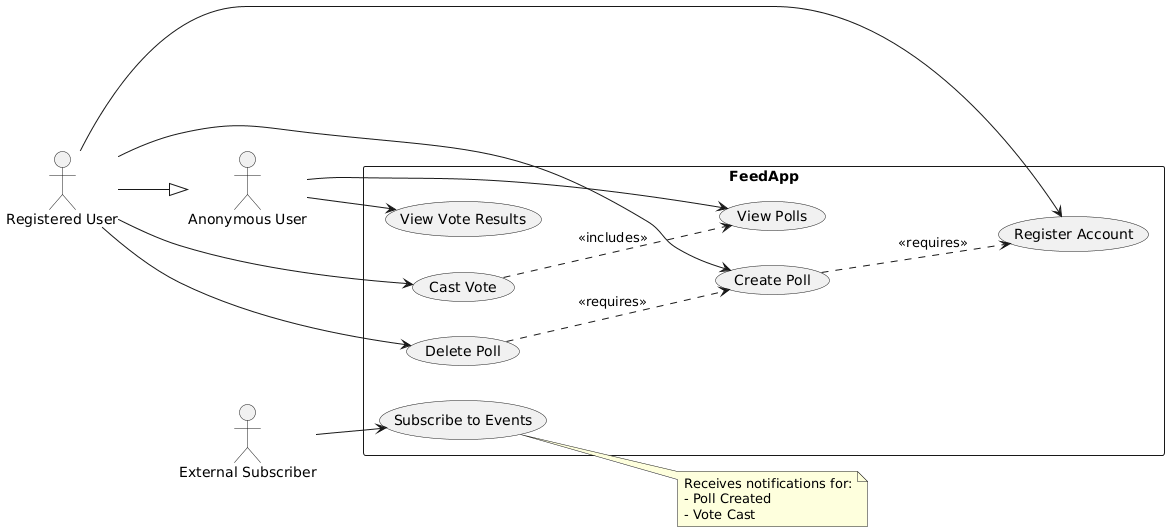
Above: report/figs/use-case.png in nikolaihg/dat250-feedapp-project-groups-23 (PlantUML), before the change.
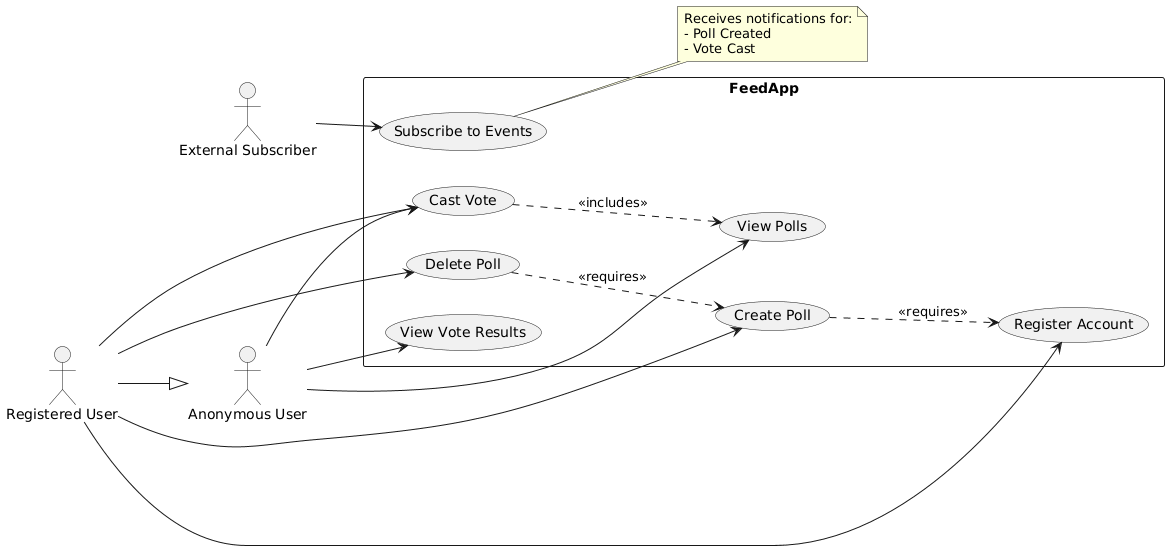
Later version of the same file.

The edit, as a diff of the source:
```diff
@@ -18,6 +18,7 @@
 
 Anon --> UC3
 Anon --> UC5
+Anon --> UC4
 
 User --|> Anon
 
```
